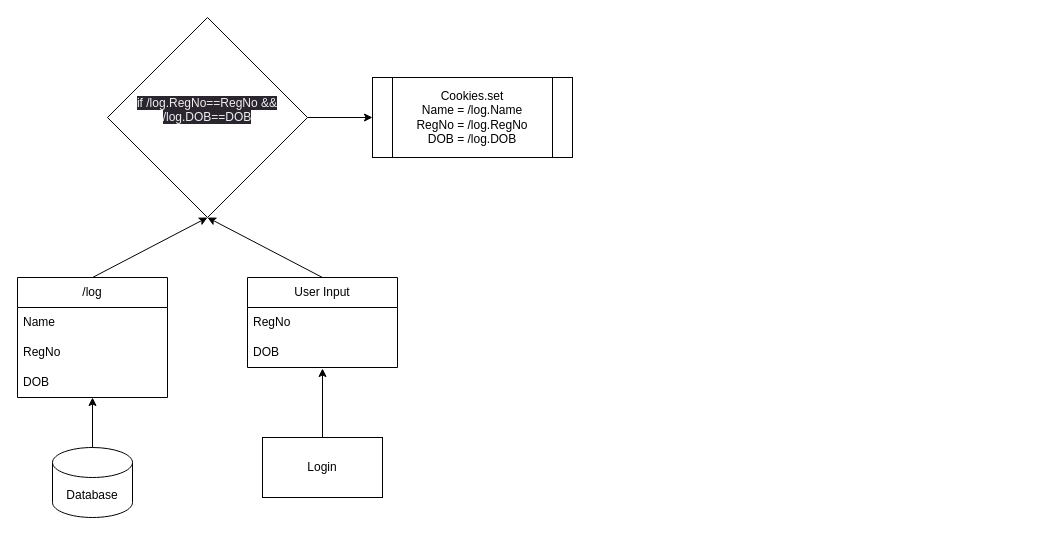
Before: Model.drawio in Kishor404/CB-Connect, a draw.io diagram. Source tidied: cells renumbered, new cells numbered last; positions are measured from the earlier drawing's top-left corner, leaving out a move shared by most shapes. Both pictures are drawn from the tidied source at 100%, with x=0, y=0 at pixel (17, 17).
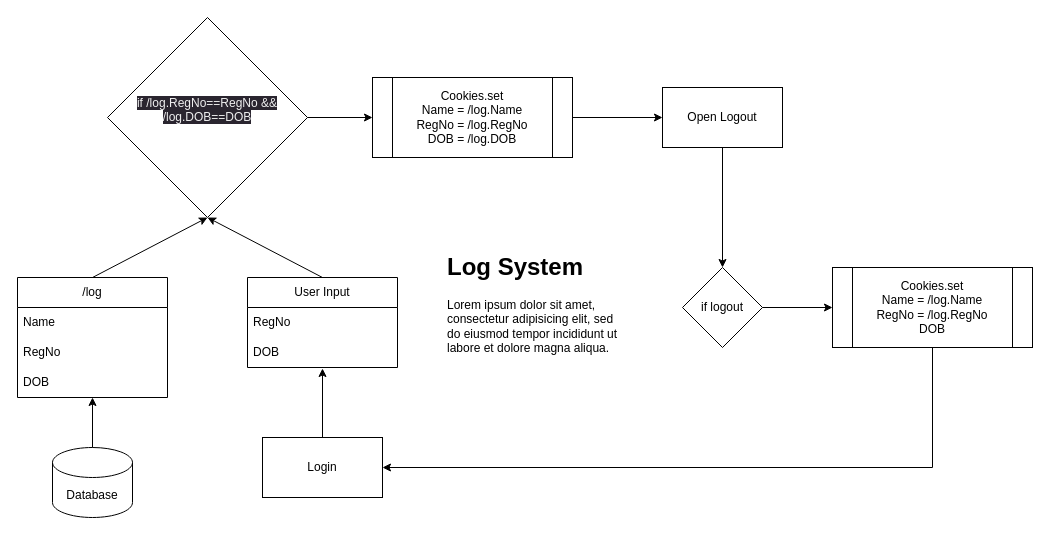
The same page after the edit.

Unchanged cells that the change refers to:
```xml
<mxCell id="8" value="Login" style="rounded=0;whiteSpace=wrap;html=1;" parent="1" vertex="1">
  <mxGeometry x="245" y="420" width="120" height="60" as="geometry" />
</mxCell>
<mxCell id="16" value="Cookies.set &lt;br&gt;Name = /log.Name&lt;br&gt;RegNo = /log.RegNo&lt;br&gt;DOB = /log.DOB" style="shape=process;whiteSpace=wrap;html=1;backgroundOutline=1;" parent="1" vertex="1">
  <mxGeometry x="355" y="60" width="200" height="80" as="geometry" />
</mxCell>
```

Diff of the diagram source:
```diff
@@
+    <mxCell id="18" value="Open Logout" style="rounded=0;whiteSpace=wrap;html=1;" parent="1" vertex="1">
+      <mxGeometry x="645" y="70" width="120" height="60" as="geometry" />
+    </mxCell>
+    <mxCell id="19" style="endArrow=classic;html=1;exitX=1;exitY=0.5;exitDx=0;exitDy=0;entryX=0;entryY=0.5;entryDx=0;entryDy=0;" parent="1" edge="1" source="16" target="18">
+      <mxGeometry relative="1" as="geometry" />
+    </mxCell>
+    <mxCell id="20" style="endArrow=classic;html=1;exitX=0.5;exitY=1;exitDx=0;exitDy=0;" parent="1" edge="1" source="18" target="21">
+      <mxGeometry relative="1" as="geometry" />
+    </mxCell>
+    <mxCell id="21" value="if logout" style="rhombus;whiteSpace=wrap;html=1;" parent="1" vertex="1">
+      <mxGeometry x="665" y="250" width="80" height="80" as="geometry" />
+    </mxCell>
+    <mxCell id="22" value="Cookies.set &lt;br&gt;Name = /log.Name&lt;br&gt;RegNo = /log.RegNo&lt;br&gt;DOB" style="shape=process;whiteSpace=wrap;html=1;backgroundOutline=1;" parent="1" vertex="1">
+      <mxGeometry x="815" y="250" width="200" height="80" as="geometry" />
+    </mxCell>
+    <mxCell id="23" style="endArrow=classic;html=1;exitX=1;exitY=0.5;exitDx=0;exitDy=0;entryX=0;entryY=0.5;entryDx=0;entryDy=0;" parent="1" edge="1" source="21" target="22">
+      <mxGeometry relative="1" as="geometry" />
+    </mxCell>
+    <mxCell id="24" style="endArrow=classic;html=1;entryX=1;entryY=0.5;entryDx=0;entryDy=0;" parent="1" edge="1" target="8">
+      <mxGeometry relative="1" as="geometry">
+        <mxPoint x="915" y="450" as="sourcePoint" />
+      </mxGeometry>
+    </mxCell>
+    <mxCell id="25" style="endArrow=none;html=1;entryX=0.5;entryY=1;entryDx=0;entryDy=0;" parent="1" edge="1" target="22">
+      <mxGeometry relative="1" as="geometry">
+        <mxPoint x="915" y="450" as="sourcePoint" />
+      </mxGeometry>
+    </mxCell>
+    <mxCell id="26" value="&lt;h1&gt;Log System&lt;/h1&gt;&lt;p&gt;Lorem ipsum dolor sit amet, consectetur adipisicing elit, sed do eiusmod tempor incididunt ut labore et dolore magna aliqua.&lt;/p&gt;" style="text;html=1;strokeColor=none;fillColor=none;spacing=5;spacingTop=-20;whiteSpace=wrap;overflow=hidden;rounded=0;" parent="1" vertex="1">
+      <mxGeometry x="425" y="230" width="190" height="120" as="geometry" />
+    </mxCell>
```
